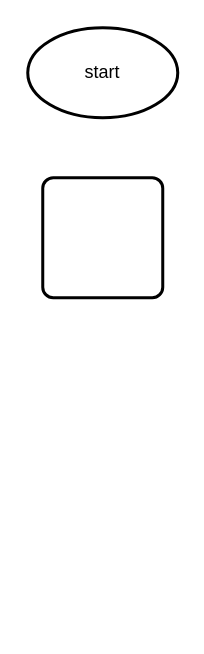
Above: page "cicil kontrak" (7 of 7) of docs/docs.drawio in skyespirates/sikmatek (draw.io), before the change. Source tidied: cells renumbered, new cells numbered last; positions are measured from the earlier drawing's top-left corner, leaving out a move shared by most shapes. Both pictures are drawn from the tidied source at 150%, with x=0, y=0 at pixel (27, 27).
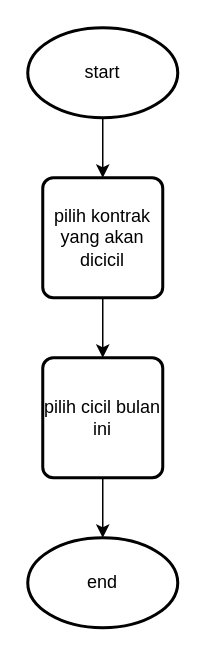
Above is the later version.

Diff of the diagram source:
```diff
@@
 <mxGraphModel>
   <root>
     <mxCell id="0" />
     <mxCell id="1" parent="0" />
+    <mxCell id="4" style="edgeStyle=orthogonalEdgeStyle;rounded=0;jettySize=auto;html=1;" parent="1" edge="1" source="2" target="3">
+      <mxGeometry relative="1" as="geometry" />
+    </mxCell>
     <mxCell id="2" value="start" style="strokeWidth=2;html=1;shape=mxgraph.flowchart.start_1;whiteSpace=wrap;" parent="1" vertex="1">
       <mxGeometry width="100" height="60" as="geometry" />
     </mxCell>
+    <mxCell id="5" style="edgeStyle=orthogonalEdgeStyle;rounded=0;jettySize=auto;html=1;" parent="1" edge="1" source="3" target="7">
+      <mxGeometry relative="1" as="geometry" />
+    </mxCell>
-    <mxCell id="3" style="rounded=1;whiteSpace=wrap;html=1;absoluteArcSize=1;arcSize=14;strokeWidth=2;" parent="1" vertex="1">
+    <mxCell id="3" value="pilih kontrak yang akan dicicil" style="rounded=1;whiteSpace=wrap;html=1;absoluteArcSize=1;arcSize=14;strokeWidth=2;" parent="1" vertex="1">
       <mxGeometry x="10" y="100" width="80" height="80" as="geometry" />
     </mxCell>
+    <mxCell id="6" style="edgeStyle=orthogonalEdgeStyle;rounded=0;jettySize=auto;html=1;" parent="1" edge="1" source="7" target="8">
+      <mxGeometry relative="1" as="geometry" />
+    </mxCell>
+    <mxCell id="7" value="pilih cicil bulan ini" style="rounded=1;whiteSpace=wrap;html=1;absoluteArcSize=1;arcSize=14;strokeWidth=2;" parent="1" vertex="1">
+      <mxGeometry x="10" y="220" width="80" height="80" as="geometry" />
+    </mxCell>
+    <mxCell id="8" value="end" style="strokeWidth=2;html=1;shape=mxgraph.flowchart.start_1;whiteSpace=wrap;" parent="1" vertex="1">
+      <mxGeometry y="340" width="100" height="60" as="geometry" />
+    </mxCell>
   </root>
 </mxGraphModel>
```
